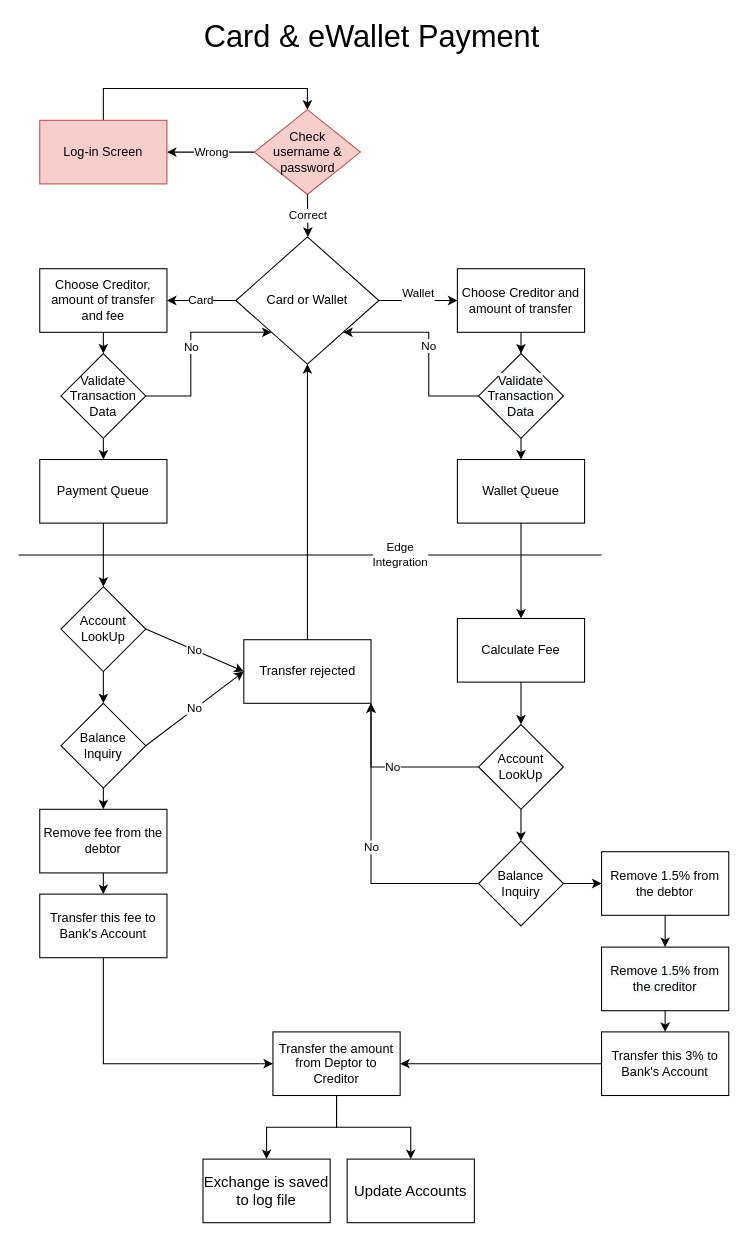
The draw.io diagram page "Payment & Wallet" (2 of 2) of Fintech-Java-Diagram.drawio in Alexander92j/Fintech-PF7-Team5, before the edit. Source tidied: cells renumbered, new cells numbered last; positions are measured from the earlier drawing's top-left corner, leaving out a move shared by most shapes. Both pictures are drawn from the tidied source at 106%, with x=0, y=0 at pixel (18, 20).
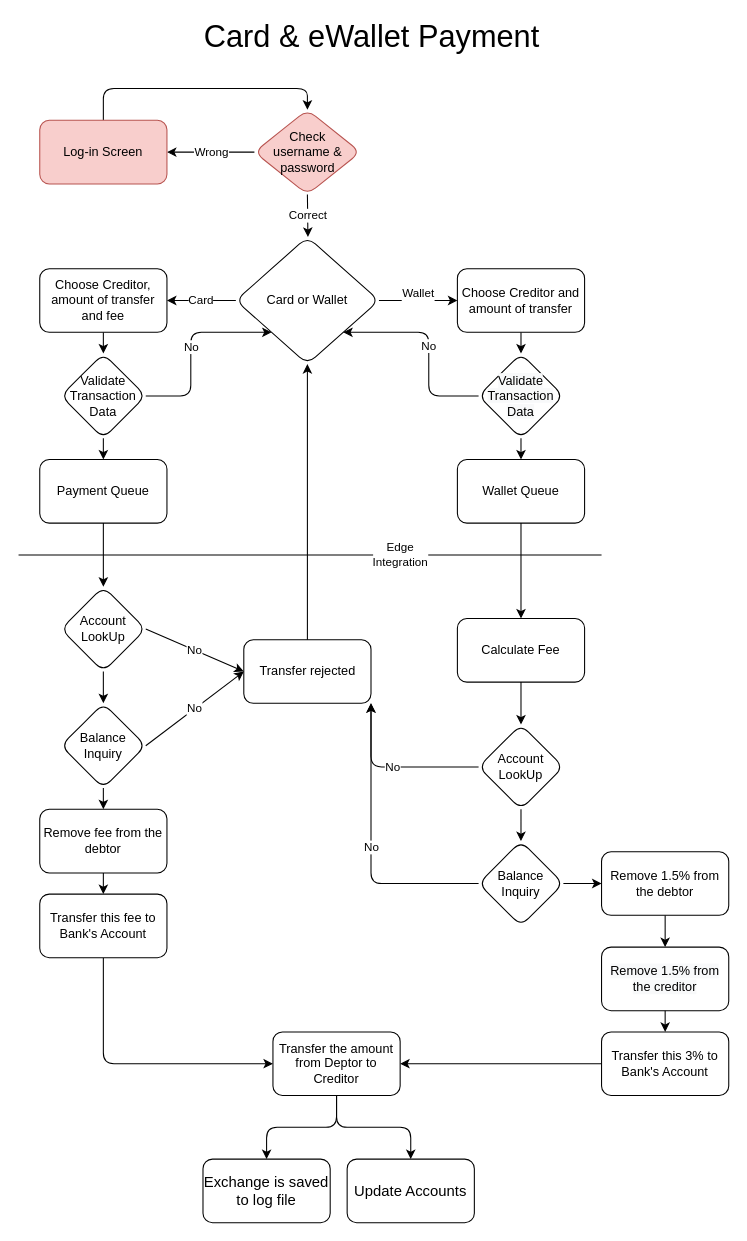
Above is the later version.

What changed in the source:
```diff
@@
-    <mxCell id="2" value="&lt;div&gt;Card or Wallet &lt;/div&gt;" style="rhombus;whiteSpace=wrap;html=1;" parent="1" vertex="1">
+    <mxCell id="2" value="&lt;div&gt;Card or Wallet &lt;/div&gt;" style="rhombus;whiteSpace=wrap;html=1;rounded=1;" parent="1" vertex="1">
       <mxGeometry x="205" y="204" width="135" height="120" as="geometry" />
     </mxCell>
-    <mxCell id="3" value="&lt;div&gt;Wallet&lt;/div&gt;&lt;div&gt;&lt;br&gt;&lt;/div&gt;" style="endArrow=classic;html=1;rounded=0;exitX=1;exitY=0.5;exitDx=0;exitDy=0;entryX=0;entryY=0.5;entryDx=0;entryDy=0;" parent="1" edge="1" source="2" target="18">
+    <mxCell id="3" value="&lt;div&gt;Wallet&lt;/div&gt;&lt;div&gt;&lt;br&gt;&lt;/div&gt;" style="endArrow=classic;html=1;rounded=1;exitX=1;exitY=0.5;exitDx=0;exitDy=0;entryX=0;entryY=0.5;entryDx=0;entryDy=0;" parent="1" edge="1" source="2" target="18">
       <mxGeometry relative="1" as="geometry" />
     </mxCell>
-    <mxCell id="4" value="Card" style="endArrow=classic;html=1;rounded=0;exitX=0;exitY=0.5;exitDx=0;exitDy=0;" parent="1" edge="1" source="2" target="6">
+    <mxCell id="4" value="Card" style="endArrow=classic;html=1;rounded=1;exitX=0;exitY=0.5;exitDx=0;exitDy=0;" parent="1" edge="1" source="2" target="6">
       <mxGeometry relative="1" as="geometry" />
     </mxCell>
-    <mxCell id="5" style="edgeStyle=orthogonalEdgeStyle;rounded=0;jettySize=auto;html=1;exitX=0.5;exitY=1;exitDx=0;exitDy=0;entryX=0.5;entryY=0;entryDx=0;entryDy=0;" parent="1" edge="1" source="6" target="53">
+    <mxCell id="5" style="edgeStyle=orthogonalEdgeStyle;rounded=1;jettySize=auto;html=1;exitX=0.5;exitY=1;exitDx=0;exitDy=0;entryX=0.5;entryY=0;entryDx=0;entryDy=0;" parent="1" edge="1" source="6" target="53">
       <mxGeometry relative="1" as="geometry" />
     </mxCell>
-    <mxCell id="6" value="&lt;span style=&quot;font-family: &amp;#34;helvetica&amp;#34;&quot;&gt;Choose Creditor, amount of transfer and fee&lt;/span&gt;" style="rounded=0;whiteSpace=wrap;html=1;" parent="1" vertex="1">
+    <mxCell id="6" value="&lt;span style=&quot;font-family: &amp;#34;helvetica&amp;#34;&quot;&gt;Choose Creditor, amount of transfer and fee&lt;/span&gt;" style="rounded=1;whiteSpace=wrap;html=1;" parent="1" vertex="1">
       <mxGeometry x="20" y="234" width="120" height="60" as="geometry" />
     </mxCell>
-    <mxCell id="7" style="edgeStyle=orthogonalEdgeStyle;rounded=0;jettySize=auto;html=1;" parent="1" edge="1" source="8" target="11">
+    <mxCell id="7" style="edgeStyle=orthogonalEdgeStyle;rounded=1;jettySize=auto;html=1;" parent="1" edge="1" source="8" target="11">
       <mxGeometry relative="1" as="geometry" />
     </mxCell>
-    <mxCell id="8" value="Transfer this 3% to Bank's Account" style="whiteSpace=wrap;html=1;" parent="1" vertex="1">
+    <mxCell id="8" value="Transfer this 3% to Bank's Account" style="whiteSpace=wrap;html=1;rounded=1;" parent="1" vertex="1">
       <mxGeometry x="550" y="954" width="120" height="60" as="geometry" />
     </mxCell>
-    <mxCell id="9" style="edgeStyle=orthogonalEdgeStyle;rounded=0;jettySize=auto;html=1;" parent="1" edge="1" source="11" target="35">
+    <mxCell id="9" style="edgeStyle=orthogonalEdgeStyle;rounded=1;jettySize=auto;html=1;" parent="1" edge="1" source="11" target="35">
       <mxGeometry relative="1" as="geometry" />
     </mxCell>
-    <mxCell id="10" style="edgeStyle=orthogonalEdgeStyle;rounded=0;jettySize=auto;html=1;" parent="1" edge="1" source="11" target="36">
+    <mxCell id="10" style="edgeStyle=orthogonalEdgeStyle;rounded=1;jettySize=auto;html=1;" parent="1" edge="1" source="11" target="36">
       <mxGeometry relative="1" as="geometry" />
     </mxCell>
-    <mxCell id="11" value="Transfer the amount from Deptor to Creditor" style="whiteSpace=wrap;html=1;" parent="1" vertex="1">
+    <mxCell id="11" value="Transfer the amount from Deptor to Creditor" style="whiteSpace=wrap;html=1;rounded=1;" parent="1" vertex="1">
       <mxGeometry x="240" y="954" width="120" height="60" as="geometry" />
     </mxCell>
-    <mxCell id="12" value="Wrong" style="edgeStyle=orthogonalEdgeStyle;rounded=0;jettySize=auto;html=1;entryX=1;entryY=0.5;entryDx=0;entryDy=0;exitX=0;exitY=0.5;exitDx=0;exitDy=0;" parent="1" edge="1" source="13" target="15">
+    <mxCell id="12" value="Wrong" style="edgeStyle=orthogonalEdgeStyle;rounded=1;jettySize=auto;html=1;entryX=1;entryY=0.5;entryDx=0;entryDy=0;exitX=0;exitY=0.5;exitDx=0;exitDy=0;" parent="1" edge="1" source="13" target="15">
       <mxGeometry relative="1" as="geometry">
         <Array as="points">
           <mxPoint x="190" y="124" />
           <mxPoint x="190" y="124" />
         </Array>
       </mxGeometry>
     </mxCell>
-    <mxCell id="13" value="Check&lt;br&gt;username &amp;amp; password" style="rhombus;whiteSpace=wrap;html=1;fillColor=#f8cecc;strokeColor=#b85450;" parent="1" vertex="1">
+    <mxCell id="13" value="Check&lt;br&gt;username &amp;amp; password" style="rhombus;whiteSpace=wrap;html=1;fillColor=#f8cecc;strokeColor=#b85450;rounded=1;" parent="1" vertex="1">
       <mxGeometry x="222.5" y="84" width="100" height="80" as="geometry" />
     </mxCell>
-    <mxCell id="14" style="edgeStyle=orthogonalEdgeStyle;rounded=0;jettySize=auto;html=1;exitX=0.5;exitY=0;exitDx=0;exitDy=0;entryX=0.5;entryY=0;entryDx=0;entryDy=0;" parent="1" edge="1" source="15" target="13">
+    <mxCell id="14" style="edgeStyle=orthogonalEdgeStyle;rounded=1;jettySize=auto;html=1;exitX=0.5;exitY=0;exitDx=0;exitDy=0;entryX=0.5;entryY=0;entryDx=0;entryDy=0;" parent="1" edge="1" source="15" target="13">
       <mxGeometry relative="1" as="geometry" />
     </mxCell>
-    <mxCell id="15" value="Log-in Screen" style="rounded=0;whiteSpace=wrap;html=1;fillColor=#f8cecc;strokeColor=#b85450;" parent="1" vertex="1">
+    <mxCell id="15" value="Log-in Screen" style="rounded=1;whiteSpace=wrap;html=1;fillColor=#f8cecc;strokeColor=#b85450;" parent="1" vertex="1">
       <mxGeometry x="20" y="94" width="120" height="60" as="geometry" />
     </mxCell>
-    <mxCell id="16" value="Correct" style="endArrow=classic;html=1;rounded=0;exitX=0.5;exitY=1;exitDx=0;exitDy=0;" parent="1" edge="1" source="13">
+    <mxCell id="16" value="Correct" style="endArrow=classic;html=1;rounded=1;exitX=0.5;exitY=1;exitDx=0;exitDy=0;" parent="1" edge="1" source="13">
       <mxGeometry relative="1" as="geometry">
         <mxPoint x="273" y="204" as="targetPoint" />
       </mxGeometry>
     </mxCell>
-    <mxCell id="17" style="edgeStyle=orthogonalEdgeStyle;rounded=0;jettySize=auto;html=1;exitX=0.5;exitY=1;exitDx=0;exitDy=0;" parent="1" edge="1" source="18" target="51">
+    <mxCell id="17" style="edgeStyle=orthogonalEdgeStyle;rounded=1;jettySize=auto;html=1;exitX=0.5;exitY=1;exitDx=0;exitDy=0;" parent="1" edge="1" source="18" target="51">
       <mxGeometry relative="1" as="geometry" />
     </mxCell>
-    <mxCell id="18" value="Choose Creditor and amount of transfer" style="rounded=0;whiteSpace=wrap;html=1;" parent="1" vertex="1">
+    <mxCell id="18" value="Choose Creditor and amount of transfer" style="rounded=1;whiteSpace=wrap;html=1;" parent="1" vertex="1">
       <mxGeometry x="414" y="234" width="120" height="60" as="geometry" />
     </mxCell>
-    <mxCell id="19" style="edgeStyle=orthogonalEdgeStyle;rounded=0;jettySize=auto;html=1;" parent="1" edge="1" source="20" target="21">
+    <mxCell id="19" style="edgeStyle=orthogonalEdgeStyle;rounded=1;jettySize=auto;html=1;" parent="1" edge="1" source="20" target="21">
       <mxGeometry relative="1" as="geometry" />
     </mxCell>
-    <mxCell id="20" value="Wallet Queue" style="whiteSpace=wrap;html=1;rounded=0;" parent="1" vertex="1">
+    <mxCell id="20" value="Wallet Queue" style="whiteSpace=wrap;html=1;rounded=1;" parent="1" vertex="1">
       <mxGeometry x="414" y="414" width="120" height="60" as="geometry" />
     </mxCell>
-    <mxCell id="21" value="Calculate Fee" style="whiteSpace=wrap;html=1;rounded=0;" parent="1" vertex="1">
+    <mxCell id="21" value="Calculate Fee" style="whiteSpace=wrap;html=1;rounded=1;" parent="1" vertex="1">
       <mxGeometry x="414" y="564" width="120" height="60" as="geometry" />
     </mxCell>
-    <mxCell id="22" style="edgeStyle=orthogonalEdgeStyle;rounded=0;jettySize=auto;html=1;" parent="1" edge="1" source="24" target="30">
+    <mxCell id="22" style="edgeStyle=orthogonalEdgeStyle;rounded=1;jettySize=auto;html=1;" parent="1" edge="1" source="24" target="30">
       <mxGeometry relative="1" as="geometry" />
     </mxCell>
-    <mxCell id="23" value="No" style="edgeStyle=orthogonalEdgeStyle;rounded=0;jettySize=auto;html=1;exitX=0;exitY=0.5;exitDx=0;exitDy=0;entryX=1;entryY=1;entryDx=0;entryDy=0;" parent="1" edge="1" source="24" target="26">
+    <mxCell id="23" value="No" style="edgeStyle=orthogonalEdgeStyle;rounded=1;jettySize=auto;html=1;exitX=0;exitY=0.5;exitDx=0;exitDy=0;entryX=1;entryY=1;entryDx=0;entryDy=0;" parent="1" edge="1" source="24" target="26">
       <mxGeometry relative="1" as="geometry" />
     </mxCell>
-    <mxCell id="24" value="Account LookUp" style="rhombus;whiteSpace=wrap;html=1;" parent="1" vertex="1">
+    <mxCell id="24" value="Account LookUp" style="rhombus;whiteSpace=wrap;html=1;rounded=1;" parent="1" vertex="1">
       <mxGeometry x="434" y="664" width="80" height="80" as="geometry" />
     </mxCell>
-    <mxCell id="25" style="endArrow=classic;html=1;rounded=0;entryX=0.5;entryY=0;entryDx=0;entryDy=0;exitX=0.5;exitY=1;exitDx=0;exitDy=0;" parent="1" edge="1" source="21" target="24">
+    <mxCell id="25" style="endArrow=classic;html=1;rounded=1;entryX=0.5;entryY=0;entryDx=0;entryDy=0;exitX=0.5;exitY=1;exitDx=0;exitDy=0;" parent="1" edge="1" source="21" target="24">
       <mxGeometry relative="1" as="geometry" />
     </mxCell>
-    <mxCell id="26" value="Transfer rejected" style="whiteSpace=wrap;html=1;" parent="1" vertex="1">
+    <mxCell id="26" value="Transfer rejected" style="whiteSpace=wrap;html=1;rounded=1;" parent="1" vertex="1">
       <mxGeometry x="212.5" y="584" width="120" height="60" as="geometry" />
     </mxCell>
-    <mxCell id="27" style="endArrow=classic;html=1;rounded=0;exitX=0.5;exitY=0;exitDx=0;exitDy=0;entryX=0.5;entryY=1;entryDx=0;entryDy=0;" parent="1" edge="1" source="26" target="2">
+    <mxCell id="27" style="endArrow=classic;html=1;rounded=1;exitX=0.5;exitY=0;exitDx=0;exitDy=0;entryX=0.5;entryY=1;entryDx=0;entryDy=0;" parent="1" edge="1" source="26" target="2">
       <mxGeometry relative="1" as="geometry" />
     </mxCell>
-    <mxCell id="28" style="edgeStyle=orthogonalEdgeStyle;rounded=0;jettySize=auto;html=1;" parent="1" edge="1" source="30" target="32">
+    <mxCell id="28" style="edgeStyle=orthogonalEdgeStyle;rounded=1;jettySize=auto;html=1;" parent="1" edge="1" source="30" target="32">
       <mxGeometry relative="1" as="geometry" />
     </mxCell>
-    <mxCell id="29" value="No" style="edgeStyle=orthogonalEdgeStyle;rounded=0;jettySize=auto;html=1;exitX=0;exitY=0.5;exitDx=0;exitDy=0;entryX=1;entryY=1;entryDx=0;entryDy=0;" parent="1" edge="1" source="30" target="26">
+    <mxCell id="29" value="No" style="edgeStyle=orthogonalEdgeStyle;rounded=1;jettySize=auto;html=1;exitX=0;exitY=0.5;exitDx=0;exitDy=0;entryX=1;entryY=1;entryDx=0;entryDy=0;" parent="1" edge="1" source="30" target="26">
       <mxGeometry relative="1" as="geometry" />
     </mxCell>
-    <mxCell id="30" value="Balance Inquiry" style="rhombus;whiteSpace=wrap;html=1;" parent="1" vertex="1">
+    <mxCell id="30" value="Balance Inquiry" style="rhombus;whiteSpace=wrap;html=1;rounded=1;" parent="1" vertex="1">
       <mxGeometry x="434" y="774" width="80" height="80" as="geometry" />
     </mxCell>
-    <mxCell id="31" style="edgeStyle=orthogonalEdgeStyle;rounded=0;jettySize=auto;html=1;" parent="1" edge="1" source="32" target="33">
+    <mxCell id="31" style="edgeStyle=orthogonalEdgeStyle;rounded=1;jettySize=auto;html=1;" parent="1" edge="1" source="32" target="33">
       <mxGeometry relative="1" as="geometry" />
     </mxCell>
-    <mxCell id="32" value="Remove 1.5% from the debtor" style="whiteSpace=wrap;html=1;" parent="1" vertex="1">
+    <mxCell id="32" value="Remove 1.5% from the debtor" style="whiteSpace=wrap;html=1;rounded=1;" parent="1" vertex="1">
       <mxGeometry x="550" y="784" width="120" height="60" as="geometry" />
     </mxCell>
-    <mxCell id="33" value="&lt;span style=&quot;color: rgb(0 , 0 , 0) ; font-family: &amp;#34;helvetica&amp;#34; ; font-size: 12px ; font-style: normal ; font-weight: 400 ; letter-spacing: normal ; text-align: center ; text-indent: 0px ; text-transform: none ; word-spacing: 0px ; background-color: rgb(248 , 249 , 250) ; display: inline ; float: none&quot;&gt;Remove 1.5% from the creditor&lt;/span&gt;" style="whiteSpace=wrap;html=1;" parent="1" vertex="1">
+    <mxCell id="33" value="&lt;span style=&quot;color: rgb(0 , 0 , 0) ; font-family: &amp;#34;helvetica&amp;#34; ; font-size: 12px ; font-style: normal ; font-weight: 400 ; letter-spacing: normal ; text-align: center ; text-indent: 0px ; text-transform: none ; word-spacing: 0px ; background-color: rgb(248 , 249 , 250) ; display: inline ; float: none&quot;&gt;Remove 1.5% from the creditor&lt;/span&gt;" style="whiteSpace=wrap;html=1;rounded=1;" parent="1" vertex="1">
       <mxGeometry x="550" y="874" width="120" height="60" as="geometry" />
     </mxCell>
-    <mxCell id="34" style="endArrow=classic;html=1;rounded=0;exitX=0.5;exitY=1;exitDx=0;exitDy=0;entryX=0.5;entryY=0;entryDx=0;entryDy=0;" parent="1" edge="1" source="33" target="8">
+    <mxCell id="34" style="endArrow=classic;html=1;rounded=1;exitX=0.5;exitY=1;exitDx=0;exitDy=0;entryX=0.5;entryY=0;entryDx=0;entryDy=0;" parent="1" edge="1" source="33" target="8">
       <mxGeometry relative="1" as="geometry" />
     </mxCell>
-    <mxCell id="35" value="&lt;font style=&quot;font-size: 14px&quot;&gt;&lt;b style=&quot;font-weight: normal&quot; id=&quot;docs-internal-guid-dbb8c8f2-7fff-a67b-86fc-b061e086bc53&quot;&gt;&lt;span style=&quot;font-family: &amp;#34;arial&amp;#34; ; color: rgb(0 , 0 , 0) ; background-color: transparent ; font-weight: 400 ; font-style: normal ; font-variant: normal ; text-decoration: none ; vertical-align: baseline&quot;&gt;Exchange is saved to log file&lt;/span&gt;&lt;/b&gt;&lt;/font&gt;" style="whiteSpace=wrap;html=1;" parent="1" vertex="1">
+    <mxCell id="35" value="&lt;font style=&quot;font-size: 14px&quot;&gt;&lt;b style=&quot;font-weight: normal&quot; id=&quot;docs-internal-guid-dbb8c8f2-7fff-a67b-86fc-b061e086bc53&quot;&gt;&lt;span style=&quot;font-family: &amp;#34;arial&amp;#34; ; color: rgb(0 , 0 , 0) ; background-color: transparent ; font-weight: 400 ; font-style: normal ; font-variant: normal ; text-decoration: none ; vertical-align: baseline&quot;&gt;Exchange is saved to log file&lt;/span&gt;&lt;/b&gt;&lt;/font&gt;" style="whiteSpace=wrap;html=1;rounded=1;" parent="1" vertex="1">
       <mxGeometry x="174" y="1074" width="120" height="60" as="geometry" />
     </mxCell>
-    <mxCell id="36" value="&lt;font style=&quot;font-size: 14px&quot;&gt;Update Accounts&lt;/font&gt;" style="whiteSpace=wrap;html=1;" parent="1" vertex="1">
+    <mxCell id="36" value="&lt;font style=&quot;font-size: 14px&quot;&gt;Update Accounts&lt;/font&gt;" style="whiteSpace=wrap;html=1;rounded=1;" parent="1" vertex="1">
       <mxGeometry x="310" y="1074" width="120" height="60" as="geometry" />
     </mxCell>
-    <mxCell id="37" value="Payment Queue" style="whiteSpace=wrap;html=1;rounded=0;" parent="1" vertex="1">
+    <mxCell id="37" value="Payment Queue" style="whiteSpace=wrap;html=1;rounded=1;" parent="1" vertex="1">
       <mxGeometry x="20" y="414" width="120" height="60" as="geometry" />
     </mxCell>
-    <mxCell id="38" value="Account LookUp" style="rhombus;whiteSpace=wrap;html=1;" parent="1" vertex="1">
+    <mxCell id="38" value="Account LookUp" style="rhombus;whiteSpace=wrap;html=1;rounded=1;" parent="1" vertex="1">
       <mxGeometry x="40" y="534" width="80" height="80" as="geometry" />
     </mxCell>
-    <mxCell id="39" value="Balance Inquiry" style="rhombus;whiteSpace=wrap;html=1;" parent="1" vertex="1">
+    <mxCell id="39" value="Balance Inquiry" style="rhombus;whiteSpace=wrap;html=1;rounded=1;" parent="1" vertex="1">
       <mxGeometry x="40" y="644" width="80" height="80" as="geometry" />
     </mxCell>
-    <mxCell id="40" value="Remove fee from the debtor" style="whiteSpace=wrap;html=1;" parent="1" vertex="1">
+    <mxCell id="40" value="Remove fee from the debtor" style="whiteSpace=wrap;html=1;rounded=1;" parent="1" vertex="1">
       <mxGeometry x="20" y="744" width="120" height="60" as="geometry" />
     </mxCell>
-    <mxCell id="41" style="endArrow=classic;html=1;rounded=0;exitX=0.5;exitY=1;exitDx=0;exitDy=0;entryX=0.5;entryY=0;entryDx=0;entryDy=0;" parent="1" edge="1" source="37" target="38">
+    <mxCell id="41" style="endArrow=classic;html=1;rounded=1;exitX=0.5;exitY=1;exitDx=0;exitDy=0;entryX=0.5;entryY=0;entryDx=0;entryDy=0;" parent="1" edge="1" source="37" target="38">
       <mxGeometry relative="1" as="geometry" />
     </mxCell>
-    <mxCell id="42" value="No" style="endArrow=classic;html=1;rounded=0;exitX=1;exitY=0.5;exitDx=0;exitDy=0;entryX=0;entryY=0.5;entryDx=0;entryDy=0;" parent="1" edge="1" source="38" target="26">
+    <mxCell id="42" value="No" style="endArrow=classic;html=1;rounded=1;exitX=1;exitY=0.5;exitDx=0;exitDy=0;entryX=0;entryY=0.5;entryDx=0;entryDy=0;" parent="1" edge="1" source="38" target="26">
       <mxGeometry relative="1" as="geometry" />
     </mxCell>
-    <mxCell id="43" style="endArrow=classic;html=1;rounded=0;exitX=0.5;exitY=1;exitDx=0;exitDy=0;" parent="1" edge="1" source="38" target="39">
+    <mxCell id="43" style="endArrow=classic;html=1;rounded=1;exitX=0.5;exitY=1;exitDx=0;exitDy=0;" parent="1" edge="1" source="38" target="39">
       <mxGeometry relative="1" as="geometry" />
     </mxCell>
-    <mxCell id="44" value="No" style="endArrow=classic;html=1;rounded=0;exitX=1;exitY=0.5;exitDx=0;exitDy=0;entryX=0;entryY=0.5;entryDx=0;entryDy=0;" parent="1" edge="1" source="39" target="26">
+    <mxCell id="44" value="No" style="endArrow=classic;html=1;rounded=1;exitX=1;exitY=0.5;exitDx=0;exitDy=0;entryX=0;entryY=0.5;entryDx=0;entryDy=0;" parent="1" edge="1" source="39" target="26">
       <mxGeometry relative="1" as="geometry" />
     </mxCell>
-    <mxCell id="45" style="endArrow=classic;html=1;rounded=0;exitX=0.5;exitY=1;exitDx=0;exitDy=0;" parent="1" edge="1" source="39" target="40">
+    <mxCell id="45" style="endArrow=classic;html=1;rounded=1;exitX=0.5;exitY=1;exitDx=0;exitDy=0;" parent="1" edge="1" source="39" target="40">
       <mxGeometry relative="1" as="geometry" />
     </mxCell>
-    <mxCell id="46" style="edgeStyle=orthogonalEdgeStyle;rounded=0;jettySize=auto;html=1;exitX=0.5;exitY=1;exitDx=0;exitDy=0;entryX=0;entryY=0.5;entryDx=0;entryDy=0;" parent="1" edge="1" source="47" target="11">
+    <mxCell id="46" style="edgeStyle=orthogonalEdgeStyle;rounded=1;jettySize=auto;html=1;exitX=0.5;exitY=1;exitDx=0;exitDy=0;entryX=0;entryY=0.5;entryDx=0;entryDy=0;" parent="1" edge="1" source="47" target="11">
       <mxGeometry relative="1" as="geometry" />
     </mxCell>
-    <mxCell id="47" value="Transfer this fee to Bank's Account" style="whiteSpace=wrap;html=1;" parent="1" vertex="1">
+    <mxCell id="47" value="Transfer this fee to Bank's Account" style="whiteSpace=wrap;html=1;rounded=1;" parent="1" vertex="1">
       <mxGeometry x="20" y="824" width="120" height="60" as="geometry" />
     </mxCell>
-    <mxCell id="48" style="endArrow=classic;html=1;rounded=0;entryX=0.5;entryY=0;entryDx=0;entryDy=0;exitX=0.5;exitY=1;exitDx=0;exitDy=0;" parent="1" edge="1" source="40" target="47">
+    <mxCell id="48" style="endArrow=classic;html=1;rounded=1;entryX=0.5;entryY=0;entryDx=0;entryDy=0;exitX=0.5;exitY=1;exitDx=0;exitDy=0;" parent="1" edge="1" source="40" target="47">
       <mxGeometry relative="1" as="geometry" />
     </mxCell>
-    <mxCell id="49" style="edgeStyle=orthogonalEdgeStyle;rounded=0;jettySize=auto;html=1;exitX=0.5;exitY=1;exitDx=0;exitDy=0;entryX=0.5;entryY=0;entryDx=0;entryDy=0;" parent="1" edge="1" source="51" target="20">
+    <mxCell id="49" style="edgeStyle=orthogonalEdgeStyle;rounded=1;jettySize=auto;html=1;exitX=0.5;exitY=1;exitDx=0;exitDy=0;entryX=0.5;entryY=0;entryDx=0;entryDy=0;" parent="1" edge="1" source="51" target="20">
       <mxGeometry relative="1" as="geometry" />
     </mxCell>
-    <mxCell id="50" value="No" style="edgeStyle=orthogonalEdgeStyle;rounded=0;jettySize=auto;html=1;exitX=0;exitY=0.5;exitDx=0;exitDy=0;entryX=1;entryY=1;entryDx=0;entryDy=0;" parent="1" edge="1" source="51" target="2">
+    <mxCell id="50" value="No" style="edgeStyle=orthogonalEdgeStyle;rounded=1;jettySize=auto;html=1;exitX=0;exitY=0.5;exitDx=0;exitDy=0;entryX=1;entryY=1;entryDx=0;entryDy=0;" parent="1" edge="1" source="51" target="2">
       <mxGeometry relative="1" as="geometry" />
     </mxCell>
-    <mxCell id="51" value="&#10;&#10;&lt;span style=&quot;color: rgb(0, 0, 0); font-family: helvetica; font-size: 12px; font-style: normal; font-weight: 400; letter-spacing: normal; text-align: center; text-indent: 0px; text-transform: none; word-spacing: 0px; background-color: rgb(248, 249, 250); display: inline; float: none;&quot;&gt;Validate Transaction Data&lt;/span&gt;&#10;&#10;" style="rhombus;whiteSpace=wrap;html=1;" parent="1" vertex="1">
+    <mxCell id="51" value="&#10;&#10;&lt;span style=&quot;color: rgb(0, 0, 0); font-family: helvetica; font-size: 12px; font-style: normal; font-weight: 400; letter-spacing: normal; text-align: center; text-indent: 0px; text-transform: none; word-spacing: 0px; background-color: rgb(248, 249, 250); display: inline; float: none;&quot;&gt;Validate Transaction Data&lt;/span&gt;&#10;&#10;" style="rhombus;whiteSpace=wrap;html=1;rounded=1;" parent="1" vertex="1">
       <mxGeometry x="434" y="314" width="80" height="80" as="geometry" />
     </mxCell>
-    <mxCell id="52" value="No" style="edgeStyle=orthogonalEdgeStyle;rounded=0;jettySize=auto;html=1;exitX=1;exitY=0.5;exitDx=0;exitDy=0;entryX=0;entryY=1;entryDx=0;entryDy=0;" parent="1" edge="1" source="53" target="2">
+    <mxCell id="52" value="No" style="edgeStyle=orthogonalEdgeStyle;rounded=1;jettySize=auto;html=1;exitX=1;exitY=0.5;exitDx=0;exitDy=0;entryX=0;entryY=1;entryDx=0;entryDy=0;" parent="1" edge="1" source="53" target="2">
       <mxGeometry relative="1" as="geometry" />
     </mxCell>
-    <mxCell id="53" value="Validate Transaction Data" style="rhombus;whiteSpace=wrap;html=1;" parent="1" vertex="1">
+    <mxCell id="53" value="Validate Transaction Data" style="rhombus;whiteSpace=wrap;html=1;rounded=1;" parent="1" vertex="1">
       <mxGeometry x="40" y="314" width="80" height="80" as="geometry" />
     </mxCell>
-    <mxCell id="54" style="endArrow=classic;html=1;rounded=0;exitX=0.5;exitY=1;exitDx=0;exitDy=0;entryX=0.5;entryY=0;entryDx=0;entryDy=0;" parent="1" edge="1" source="53" target="37">
+    <mxCell id="54" style="endArrow=classic;html=1;rounded=1;exitX=0.5;exitY=1;exitDx=0;exitDy=0;entryX=0.5;entryY=0;entryDx=0;entryDy=0;" parent="1" edge="1" source="53" target="37">
       <mxGeometry relative="1" as="geometry" />
     </mxCell>
-    <mxCell id="55" value="Edge&lt;br&gt;Integration" style="endArrow=none;html=1;rounded=0;" parent="1" edge="1">
+    <mxCell id="55" value="Edge&lt;br&gt;Integration" style="endArrow=none;html=1;rounded=1;" parent="1" edge="1">
       <mxGeometry x="0.31" relative="1" as="geometry">
         <mxPoint y="504" as="sourcePoint" />
         <mxPoint x="550" y="504" as="targetPoint" />
       </mxGeometry>
     </mxCell>
-    <mxCell id="56" value="&lt;font style=&quot;font-size: 29px&quot;&gt;Card &amp;amp; eWallet Payment&lt;br&gt;&lt;/font&gt;" style="text;html=1;strokeColor=none;fillColor=none;align=center;verticalAlign=middle;whiteSpace=wrap;rounded=0;" parent="1" vertex="1">
+    <mxCell id="56" value="&lt;font style=&quot;font-size: 29px&quot;&gt;Card &amp;amp; eWallet Payment&lt;br&gt;&lt;/font&gt;" style="text;html=1;strokeColor=none;fillColor=none;align=center;verticalAlign=middle;whiteSpace=wrap;rounded=1;" parent="1" vertex="1">
       <mxGeometry x="148" width="371" height="30" as="geometry" />
     </mxCell>
```
